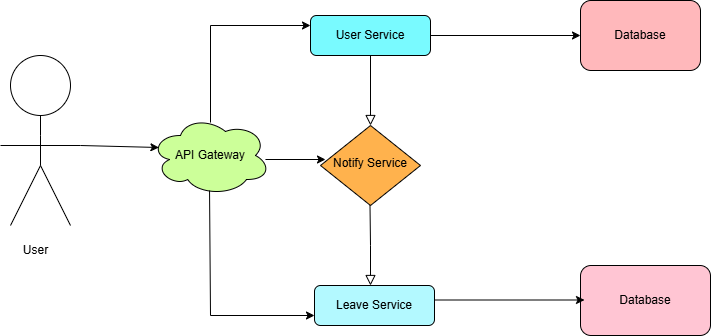
The draw.io diagram DFD Microservices.png in shubhamp1535/MicroservicesLeavemgt, before a commit. Source tidied: cells renumbered, new cells last; positions are measured from the earlier drawing's top-left corner, leaving out a move shared by most shapes. Its diagram source:
```xml
<mxGraphModel>
  <root>
    <mxCell id="0" />
    <mxCell id="1" parent="0" />
    <mxCell id="2" style="rounded=0;html=1;jettySize=auto;fontSize=11;endArrow=block;endFill=0;endSize=8;strokeWidth=1;shadow=0;labelBackgroundColor=none;edgeStyle=orthogonalEdgeStyle;" parent="1" edge="1" source="3" target="4">
      <mxGeometry relative="1" as="geometry" />
    </mxCell>
    <mxCell id="3" value="User Service" style="rounded=1;whiteSpace=wrap;html=1;fontSize=12;glass=0;strokeWidth=1;shadow=0;fillColor=#79FAFF;" parent="1" vertex="1">
      <mxGeometry x="310" y="15" width="120" height="40" as="geometry" />
    </mxCell>
    <mxCell id="4" value="Notify Service" style="rhombus;whiteSpace=wrap;html=1;shadow=0;fontFamily=Helvetica;fontSize=12;align=center;strokeWidth=1;spacing=6;spacingTop=-4;fillColor=#FFB24D;" parent="1" vertex="1">
      <mxGeometry x="320" y="125" width="100" height="80" as="geometry" />
    </mxCell>
    <mxCell id="5" value="Database" style="rounded=1;whiteSpace=wrap;html=1;fontSize=12;glass=0;strokeWidth=1;shadow=0;fillColor=#FFB8BB;" parent="1" vertex="1">
      <mxGeometry x="580" width="120" height="70" as="geometry" />
    </mxCell>
    <mxCell id="6" value="Leave Service" style="rounded=1;whiteSpace=wrap;html=1;fontSize=12;glass=0;strokeWidth=1;shadow=0;fillColor=#B3F9FF;" parent="1" vertex="1">
      <mxGeometry x="314" y="285" width="120" height="40" as="geometry" />
    </mxCell>
    <mxCell id="7" value="Database" style="rounded=1;whiteSpace=wrap;html=1;fontSize=12;glass=0;strokeWidth=1;shadow=0;fillColor=#FFC5D3;" parent="1" vertex="1">
      <mxGeometry x="580" y="265" width="130" height="70" as="geometry" />
    </mxCell>
    <mxCell id="8" style="endArrow=none;html=1;rounded=0;" parent="1" edge="1">
      <mxGeometry relative="1" as="geometry">
        <mxPoint y="145" as="sourcePoint" />
        <mxPoint x="80" y="145" as="targetPoint" />
      </mxGeometry>
    </mxCell>
    <mxCell id="9" style="endArrow=none;html=1;rounded=0;" parent="1" edge="1">
      <mxGeometry relative="1" as="geometry">
        <mxPoint x="40" y="165" as="sourcePoint" />
        <mxPoint x="70" y="225" as="targetPoint" />
      </mxGeometry>
    </mxCell>
    <mxCell id="10" style="endArrow=none;html=1;rounded=0;" parent="1" edge="1">
      <mxGeometry relative="1" as="geometry">
        <mxPoint x="10" y="225" as="sourcePoint" />
        <mxPoint x="40" y="165" as="targetPoint" />
      </mxGeometry>
    </mxCell>
    <mxCell id="11" style="endArrow=none;html=1;rounded=0;" parent="1" edge="1">
      <mxGeometry relative="1" as="geometry">
        <mxPoint x="40" y="165" as="sourcePoint" />
        <mxPoint x="40" y="110" as="targetPoint" />
        <Array as="points">
          <mxPoint x="40" y="135" />
        </Array>
      </mxGeometry>
    </mxCell>
    <mxCell id="12" value="User" style="text;html=1;align=center;verticalAlign=middle;strokeColor=none;fillColor=none;" parent="1" vertex="1">
      <mxGeometry x="10" y="235" width="50" height="30" as="geometry" />
    </mxCell>
    <mxCell id="13" value="API Gateway" style="ellipse;shape=cloud;whiteSpace=wrap;html=1;fillColor=#CCFF99;" parent="1" vertex="1">
      <mxGeometry x="150" y="115" width="120" height="80" as="geometry" />
    </mxCell>
    <mxCell id="14" style="endArrow=classic;html=1;rounded=0;entryX=0;entryY=0.25;entryDx=0;entryDy=0;" parent="1" edge="1" target="3">
      <mxGeometry relative="1" as="geometry">
        <mxPoint x="210" y="25" as="sourcePoint" />
      </mxGeometry>
    </mxCell>
    <mxCell id="15" style="endArrow=classic;html=1;rounded=0;entryX=0;entryY=0.75;entryDx=0;entryDy=0;" parent="1" edge="1" target="6">
      <mxGeometry relative="1" as="geometry">
        <mxPoint x="210" y="315" as="sourcePoint" />
      </mxGeometry>
    </mxCell>
    <mxCell id="16" style="endArrow=classic;html=1;rounded=0;exitX=0.958;exitY=0.55;exitDx=0;exitDy=0;exitPerimeter=0;entryX=0.05;entryY=0.425;entryDx=0;entryDy=0;entryPerimeter=0;" parent="1" edge="1" source="13" target="4">
      <mxGeometry relative="1" as="geometry" />
    </mxCell>
    <mxCell id="17" style="ellipse;whiteSpace=wrap;html=1;" parent="1" vertex="1">
      <mxGeometry x="10" y="55" width="60" height="60" as="geometry" />
    </mxCell>
    <mxCell id="18" style="endArrow=none;html=1;rounded=0;entryX=0.492;entryY=0.938;entryDx=0;entryDy=0;entryPerimeter=0;" parent="1" edge="1" target="13">
      <mxGeometry relative="1" as="geometry">
        <mxPoint x="210" y="315" as="sourcePoint" />
      </mxGeometry>
    </mxCell>
    <mxCell id="19" style="endArrow=none;html=1;rounded=0;exitX=0.5;exitY=0.088;exitDx=0;exitDy=0;exitPerimeter=0;" parent="1" edge="1" source="13">
      <mxGeometry relative="1" as="geometry">
        <mxPoint x="210" y="25" as="targetPoint" />
      </mxGeometry>
    </mxCell>
    <mxCell id="20" style="endArrow=classic;html=1;rounded=0;entryX=0.07;entryY=0.4;entryDx=0;entryDy=0;entryPerimeter=0;" parent="1" edge="1" target="13">
      <mxGeometry relative="1" as="geometry">
        <mxPoint x="80" y="145" as="sourcePoint" />
      </mxGeometry>
    </mxCell>
    <mxCell id="21" style="rounded=0;html=1;jettySize=auto;orthogonalLoop=1;fontSize=11;endArrow=block;endFill=0;endSize=8;strokeWidth=1;shadow=0;labelBackgroundColor=none;edgeStyle=orthogonalEdgeStyle;" parent="1" edge="1">
      <mxGeometry relative="1" as="geometry">
        <mxPoint x="369.5" y="205" as="sourcePoint" />
        <mxPoint x="370" y="285" as="targetPoint" />
      </mxGeometry>
    </mxCell>
    <mxCell id="22" style="endArrow=classic;html=1;rounded=0;entryX=0;entryY=0.5;entryDx=0;entryDy=0;exitX=1;exitY=0.5;exitDx=0;exitDy=0;" parent="1" edge="1" source="3" target="5">
      <mxGeometry relative="1" as="geometry" />
    </mxCell>
    <mxCell id="23" style="endArrow=classic;html=1;rounded=0;entryX=0;entryY=0.5;entryDx=0;entryDy=0;exitX=1;exitY=0.5;exitDx=0;exitDy=0;" parent="1" edge="1">
      <mxGeometry relative="1" as="geometry">
        <mxPoint x="434" y="299.5" as="sourcePoint" />
        <mxPoint x="584" y="299.5" as="targetPoint" />
      </mxGeometry>
    </mxCell>
  </root>
</mxGraphModel>
```
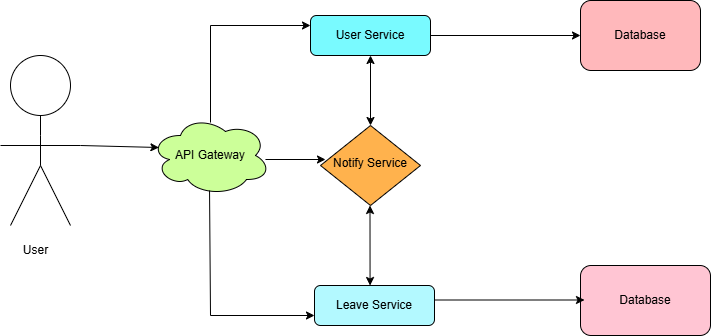
The same file after the commit.

What changed in the source:
```diff
@@ -2,9 +2,6 @@
   <root>
     <mxCell id="0" />
     <mxCell id="1" parent="0" />
-    <mxCell id="2" style="rounded=0;html=1;jettySize=auto;fontSize=11;endArrow=block;endFill=0;endSize=8;strokeWidth=1;shadow=0;labelBackgroundColor=none;edgeStyle=orthogonalEdgeStyle;" parent="1" edge="1" source="3" target="4">
-      <mxGeometry relative="1" as="geometry" />
-    </mxCell>
     <mxCell id="3" value="User Service" style="rounded=1;whiteSpace=wrap;html=1;fontSize=12;glass=0;strokeWidth=1;shadow=0;fillColor=#79FAFF;" parent="1" vertex="1">
       <mxGeometry x="310" y="15" width="120" height="40" as="geometry" />
     </mxCell>
@@ -84,12 +81,6 @@
         <mxPoint x="80" y="145" as="sourcePoint" />
       </mxGeometry>
     </mxCell>
-    <mxCell id="21" style="rounded=0;html=1;jettySize=auto;orthogonalLoop=1;fontSize=11;endArrow=block;endFill=0;endSize=8;strokeWidth=1;shadow=0;labelBackgroundColor=none;edgeStyle=orthogonalEdgeStyle;" parent="1" edge="1">
-      <mxGeometry relative="1" as="geometry">
-        <mxPoint x="369.5" y="205" as="sourcePoint" />
-        <mxPoint x="370" y="285" as="targetPoint" />
-      </mxGeometry>
-    </mxCell>
     <mxCell id="22" style="endArrow=classic;html=1;rounded=0;entryX=0;entryY=0.5;entryDx=0;entryDy=0;exitX=1;exitY=0.5;exitDx=0;exitDy=0;" parent="1" edge="1" source="3" target="5">
       <mxGeometry relative="1" as="geometry" />
     </mxCell>
@@ -99,5 +90,13 @@
         <mxPoint x="584" y="299.5" as="targetPoint" />
       </mxGeometry>
     </mxCell>
+    <mxCell id="24" style="endArrow=classic;startArrow=classic;html=1;rounded=0;entryX=0.5;entryY=1;entryDx=0;entryDy=0;exitX=0.5;exitY=0;exitDx=0;exitDy=0;" parent="1" edge="1" source="4" target="3">
+      <mxGeometry relative="1" as="geometry" />
+    </mxCell>
+    <mxCell id="25" style="endArrow=classic;startArrow=classic;html=1;rounded=0;entryX=0.5;entryY=1;entryDx=0;entryDy=0;exitX=0.463;exitY=0;exitDx=0;exitDy=0;exitPerimeter=0;" parent="1" edge="1" source="6">
+      <mxGeometry relative="1" as="geometry">
+        <mxPoint x="369.5" y="205" as="targetPoint" />
+      </mxGeometry>
+    </mxCell>
   </root>
 </mxGraphModel>
```
